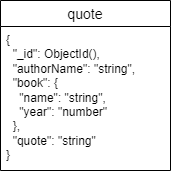
This is assets/mng_scheme.png from moevm/nosql2h24-citations, a draw.io export, as it was before one commit. Source tidied: cells renumbered, new cells last; positions are measured from the earlier drawing's top-left corner, leaving out a move shared by most shapes. The source it was exported from:
```xml
<mxGraphModel background="#ffffff">
  <root>
    <mxCell id="0" />
    <mxCell id="1" parent="0" />
    <mxCell id="2" value="quote" style="swimlane;fontStyle=0;horizontal=1;startSize=26;align=center;fontSize=14;" parent="1" vertex="1">
      <mxGeometry width="170" height="170" as="geometry" />
    </mxCell>
    <mxCell id="3" value="&lt;span class=&quot;hljs-punctuation&quot;&gt;{&lt;/span&gt;&lt;br&gt;  &lt;span class=&quot;hljs-attr&quot;&gt;&amp;nbsp; &quot;_id&quot;&lt;/span&gt;&lt;span class=&quot;hljs-punctuation&quot;&gt;:&lt;/span&gt; &lt;span class=&quot;hljs-string&quot;&gt;ObjectId()&lt;/span&gt;&lt;span class=&quot;hljs-punctuation&quot;&gt;,&lt;/span&gt;&amp;nbsp;&lt;br&gt;  &lt;span class=&quot;hljs-attr&quot;&gt;&amp;nbsp; &quot;authorName&quot;&lt;/span&gt;&lt;span class=&quot;hljs-punctuation&quot;&gt;:&lt;/span&gt; &lt;span class=&quot;hljs-string&quot;&gt;&quot;string&quot;&lt;/span&gt;&lt;span class=&quot;hljs-punctuation&quot;&gt;,&lt;/span&gt;&lt;br&gt;  &lt;span class=&quot;hljs-attr&quot;&gt;&amp;nbsp; &quot;book&quot;&lt;/span&gt;&lt;span class=&quot;hljs-punctuation&quot;&gt;:&lt;/span&gt; &lt;span class=&quot;hljs-punctuation&quot;&gt;{&lt;/span&gt;&lt;br&gt;&lt;span class=&quot;hljs-attr&quot;&gt;&amp;nbsp; &amp;nbsp; &quot;name&quot;&lt;/span&gt;&lt;span class=&quot;hljs-punctuation&quot;&gt;:&lt;/span&gt; &lt;span class=&quot;hljs-string&quot;&gt;&quot;string&quot;&lt;/span&gt;&lt;span class=&quot;hljs-punctuation&quot;&gt;,&lt;/span&gt;&lt;br&gt;&lt;span class=&quot;hljs-attr&quot;&gt;&amp;nbsp; &amp;nbsp; &quot;year&quot;&lt;/span&gt;&lt;span class=&quot;hljs-punctuation&quot;&gt;:&lt;/span&gt; &lt;span class=&quot;hljs-string&quot;&gt;&quot;number&quot;&lt;/span&gt;&amp;nbsp;&lt;br&gt;  &lt;span class=&quot;hljs-punctuation&quot;&gt;&amp;nbsp; }&lt;/span&gt;&lt;span class=&quot;hljs-punctuation&quot;&gt;,&lt;/span&gt;&lt;br&gt;  &lt;span class=&quot;hljs-attr&quot;&gt;&amp;nbsp; &quot;quote&quot;&lt;/span&gt;&lt;span class=&quot;hljs-punctuation&quot;&gt;:&lt;/span&gt; &lt;span class=&quot;hljs-string&quot;&gt;&quot;string&quot;&lt;/span&gt;&amp;nbsp;&lt;br&gt;&lt;span class=&quot;hljs-punctuation&quot;&gt;}&lt;/span&gt;" style="text;strokeColor=none;fillColor=none;spacingLeft=4;spacingRight=4;overflow=hidden;fontSize=12;whiteSpace=wrap;html=1;" parent="2" vertex="1">
      <mxGeometry y="26" width="170" height="144" as="geometry" />
    </mxCell>
  </root>
</mxGraphModel>
```
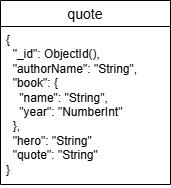
The same diagram one commit later.

Commit message:
fix mongo scheme

Change to the diagram source:
```diff
@@ -3,10 +3,10 @@
     <mxCell id="0" />
     <mxCell id="1" parent="0" />
     <mxCell id="2" value="quote" style="swimlane;fontStyle=0;horizontal=1;startSize=26;align=center;fontSize=14;" parent="1" vertex="1">
-      <mxGeometry width="170" height="170" as="geometry" />
+      <mxGeometry width="170" height="184" as="geometry" />
     </mxCell>
-    <mxCell id="3" value="&lt;span class=&quot;hljs-punctuation&quot;&gt;{&lt;/span&gt;&lt;br&gt;  &lt;span class=&quot;hljs-attr&quot;&gt;&amp;nbsp; &quot;_id&quot;&lt;/span&gt;&lt;span class=&quot;hljs-punctuation&quot;&gt;:&lt;/span&gt; &lt;span class=&quot;hljs-string&quot;&gt;ObjectId()&lt;/span&gt;&lt;span class=&quot;hljs-punctuation&quot;&gt;,&lt;/span&gt;&amp;nbsp;&lt;br&gt;  &lt;span class=&quot;hljs-attr&quot;&gt;&amp;nbsp; &quot;authorName&quot;&lt;/span&gt;&lt;span class=&quot;hljs-punctuation&quot;&gt;:&lt;/span&gt; &lt;span class=&quot;hljs-string&quot;&gt;&quot;string&quot;&lt;/span&gt;&lt;span class=&quot;hljs-punctuation&quot;&gt;,&lt;/span&gt;&lt;br&gt;  &lt;span class=&quot;hljs-attr&quot;&gt;&amp;nbsp; &quot;book&quot;&lt;/span&gt;&lt;span class=&quot;hljs-punctuation&quot;&gt;:&lt;/span&gt; &lt;span class=&quot;hljs-punctuation&quot;&gt;{&lt;/span&gt;&lt;br&gt;&lt;span class=&quot;hljs-attr&quot;&gt;&amp;nbsp; &amp;nbsp; &quot;name&quot;&lt;/span&gt;&lt;span class=&quot;hljs-punctuation&quot;&gt;:&lt;/span&gt; &lt;span class=&quot;hljs-string&quot;&gt;&quot;string&quot;&lt;/span&gt;&lt;span class=&quot;hljs-punctuation&quot;&gt;,&lt;/span&gt;&lt;br&gt;&lt;span class=&quot;hljs-attr&quot;&gt;&amp;nbsp; &amp;nbsp; &quot;year&quot;&lt;/span&gt;&lt;span class=&quot;hljs-punctuation&quot;&gt;:&lt;/span&gt; &lt;span class=&quot;hljs-string&quot;&gt;&quot;number&quot;&lt;/span&gt;&amp;nbsp;&lt;br&gt;  &lt;span class=&quot;hljs-punctuation&quot;&gt;&amp;nbsp; }&lt;/span&gt;&lt;span class=&quot;hljs-punctuation&quot;&gt;,&lt;/span&gt;&lt;br&gt;  &lt;span class=&quot;hljs-attr&quot;&gt;&amp;nbsp; &quot;quote&quot;&lt;/span&gt;&lt;span class=&quot;hljs-punctuation&quot;&gt;:&lt;/span&gt; &lt;span class=&quot;hljs-string&quot;&gt;&quot;string&quot;&lt;/span&gt;&amp;nbsp;&lt;br&gt;&lt;span class=&quot;hljs-punctuation&quot;&gt;}&lt;/span&gt;" style="text;strokeColor=none;fillColor=none;spacingLeft=4;spacingRight=4;overflow=hidden;fontSize=12;whiteSpace=wrap;html=1;" parent="2" vertex="1">
-      <mxGeometry y="26" width="170" height="144" as="geometry" />
+    <mxCell id="3" value="&lt;span class=&quot;hljs-punctuation&quot;&gt;{&lt;/span&gt;&lt;br&gt;  &lt;span class=&quot;hljs-attr&quot;&gt;&amp;nbsp; &quot;_id&quot;&lt;/span&gt;&lt;span class=&quot;hljs-punctuation&quot;&gt;:&lt;/span&gt; &lt;span class=&quot;hljs-string&quot;&gt;ObjectId()&lt;/span&gt;&lt;span class=&quot;hljs-punctuation&quot;&gt;,&lt;/span&gt;&amp;nbsp;&lt;br&gt;  &lt;span class=&quot;hljs-attr&quot;&gt;&amp;nbsp; &quot;authorName&quot;&lt;/span&gt;&lt;span class=&quot;hljs-punctuation&quot;&gt;:&lt;/span&gt; &lt;span class=&quot;hljs-string&quot;&gt;&quot;String&quot;&lt;/span&gt;&lt;span class=&quot;hljs-punctuation&quot;&gt;,&lt;/span&gt;&lt;br&gt;  &lt;span class=&quot;hljs-attr&quot;&gt;&amp;nbsp; &quot;book&quot;&lt;/span&gt;&lt;span class=&quot;hljs-punctuation&quot;&gt;:&lt;/span&gt; &lt;span class=&quot;hljs-punctuation&quot;&gt;{&lt;/span&gt;&lt;br&gt;&lt;span class=&quot;hljs-attr&quot;&gt;&amp;nbsp; &amp;nbsp; &quot;name&quot;&lt;/span&gt;&lt;span class=&quot;hljs-punctuation&quot;&gt;:&lt;/span&gt; &lt;span class=&quot;hljs-string&quot;&gt;&quot;String&quot;&lt;/span&gt;&lt;span class=&quot;hljs-punctuation&quot;&gt;,&lt;/span&gt;&lt;br&gt;&lt;span class=&quot;hljs-attr&quot;&gt;&amp;nbsp; &amp;nbsp; &quot;year&quot;&lt;/span&gt;&lt;span class=&quot;hljs-punctuation&quot;&gt;:&lt;/span&gt; &lt;span class=&quot;hljs-string&quot;&gt;&quot;NumberInt&quot;&lt;/span&gt;&amp;nbsp;&lt;br&gt;  &lt;span class=&quot;hljs-punctuation&quot;&gt;&amp;nbsp; }&lt;/span&gt;&lt;span class=&quot;hljs-punctuation&quot;&gt;,&lt;/span&gt;&lt;div&gt;&amp;nbsp; &quot;hero&quot;: &quot;String&quot;&lt;br&gt;  &lt;span class=&quot;hljs-attr&quot;&gt;&amp;nbsp; &quot;quote&quot;&lt;/span&gt;&lt;span class=&quot;hljs-punctuation&quot;&gt;:&lt;/span&gt; &lt;span class=&quot;hljs-string&quot;&gt;&quot;String&quot;&lt;/span&gt;&amp;nbsp;&lt;br&gt;&lt;span class=&quot;hljs-punctuation&quot;&gt;}&lt;/span&gt;&lt;/div&gt;" style="text;strokeColor=none;fillColor=none;spacingLeft=4;spacingRight=4;overflow=hidden;fontSize=12;whiteSpace=wrap;html=1;" parent="2" vertex="1">
+      <mxGeometry y="26" width="170" height="158" as="geometry" />
     </mxCell>
   </root>
 </mxGraphModel>
```
